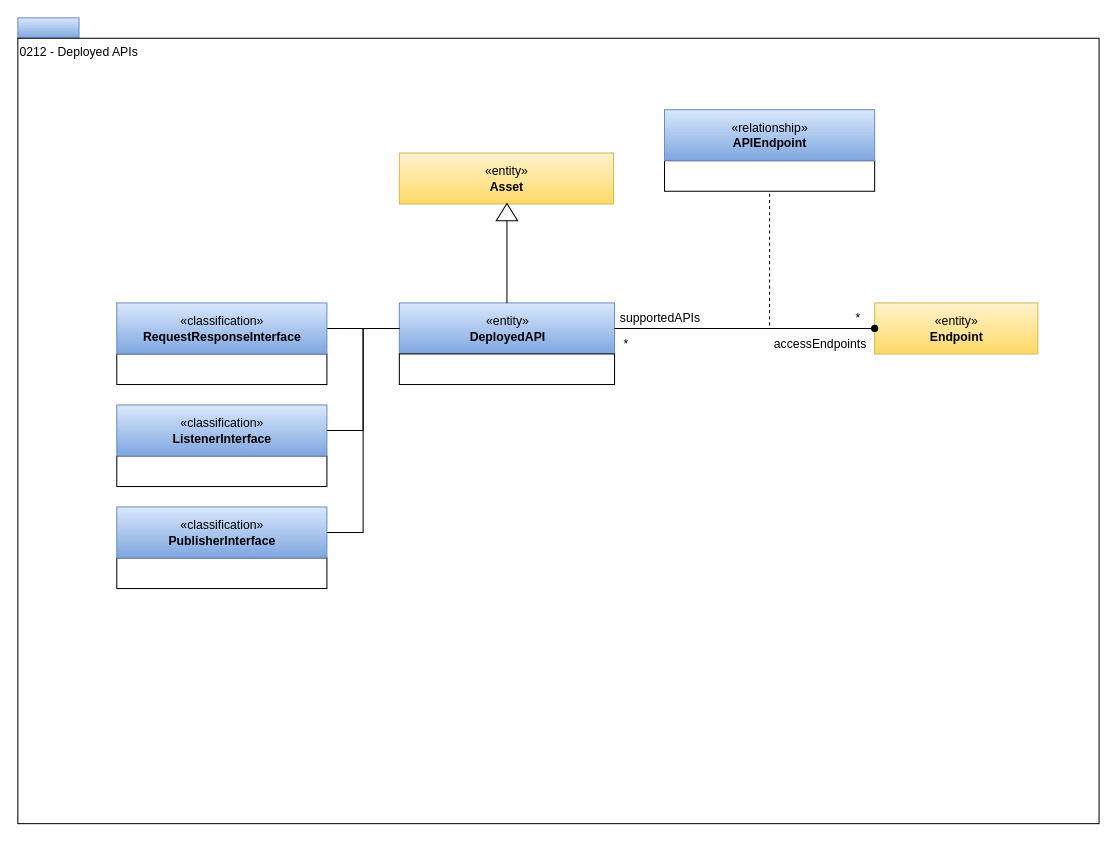
The draw.io diagram page "0212-Deployed-APIs" (5 of 23) of site/docs/types/2/area-2-assets.drawio in odpi/egeria-docs, before the edit. Source tidied: cells renumbered, new cells numbered last; positions are measured from the earlier drawing's top-left corner, leaving out a move shared by most shapes. Both pictures are drawn from the tidied source at 102%, with x=0, y=0 at pixel (17, 17).
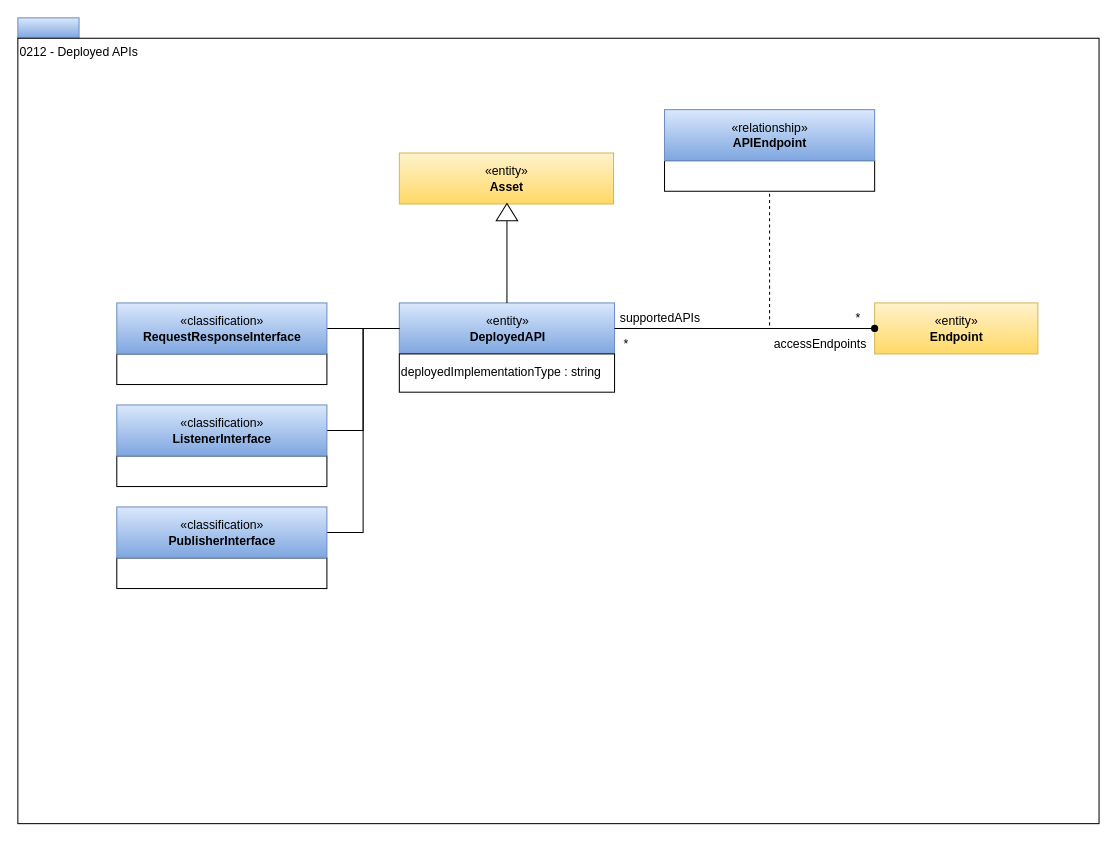
The same diagram, later.

What changed in the source:
```diff
@@
-    <mxCell id="20" style="rounded=0;whiteSpace=wrap;html=1;strokeColor=#000000;gradientColor=#ffffff;align=left;" parent="1" vertex="1">
-      <mxGeometry x="374" y="329.5" width="211" height="30" as="geometry" />
+    <mxCell id="20" value="deployedImplementationType : string" style="rounded=0;whiteSpace=wrap;html=1;strokeColor=#000000;gradientColor=#ffffff;align=left;" parent="1" vertex="1">
+      <mxGeometry x="374" y="329.5" width="211" height="37.5" as="geometry" />
     </mxCell>
```
